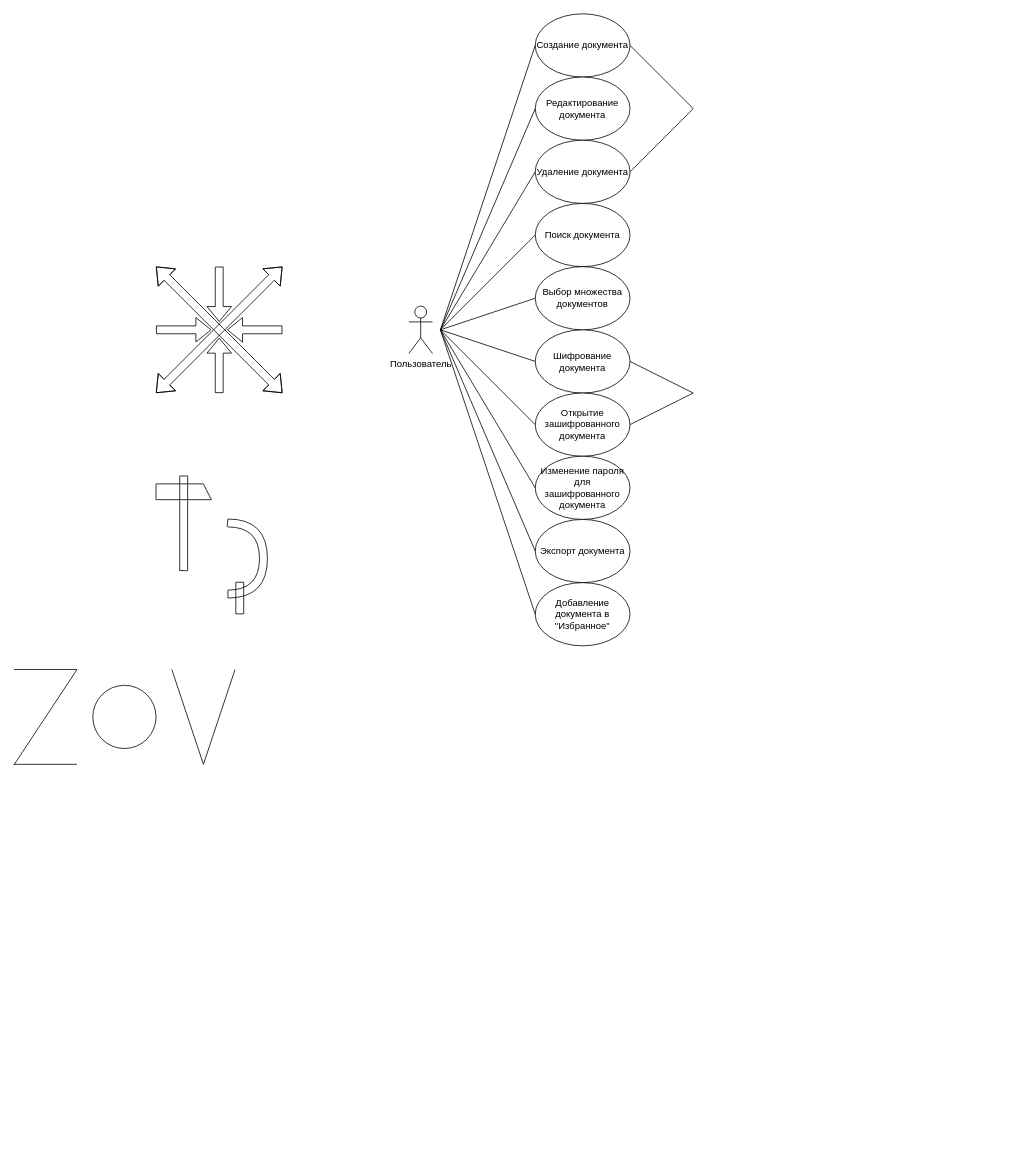
Silrec/TSiPPO keeps this draw.io diagram as lab_2.drawio. Above is the earlier version. Source tidied: cells renumbered, new cells numbered last; positions are measured from the earlier drawing's top-left corner, leaving out a move shared by most shapes. Both pictures are drawn from the tidied source at 79%, with x=0, y=0 at pixel (13, 13).
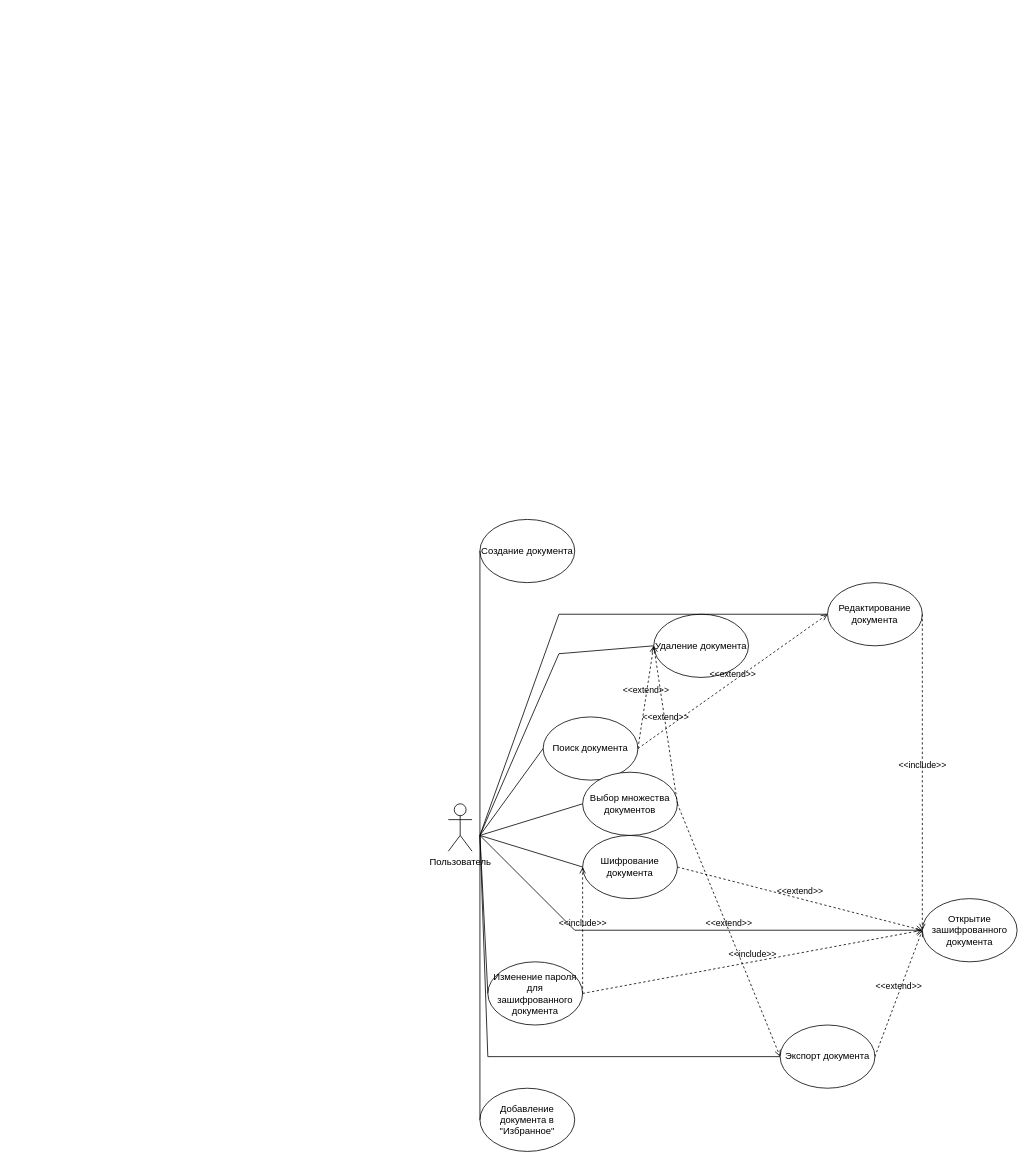
The same diagram, later.

Diff of the diagram source:
```diff
@@
     <mxCell id="2" value="Пользователь" style="shape=umlActor;verticalLabelPosition=bottom;verticalAlign=top;html=1;" parent="1" vertex="1">
-      <mxGeometry x="500" y="370" width="30" height="60" as="geometry" />
+      <mxGeometry x="550" y="1000" width="30" height="60" as="geometry" />
     </mxCell>
     <mxCell id="3" value="Создание документа" style="ellipse;whiteSpace=wrap;html=1;" parent="1" vertex="1">
-      <mxGeometry x="660" width="120" height="80" as="geometry" />
+      <mxGeometry x="590" y="640" width="120" height="80" as="geometry" />
     </mxCell>
     <mxCell id="4" value="Редактирование документа" style="ellipse;whiteSpace=wrap;html=1;" parent="1" vertex="1">
-      <mxGeometry x="660" y="80" width="120" height="80" as="geometry" />
+      <mxGeometry x="1030" y="720" width="120" height="80" as="geometry" />
     </mxCell>
     <mxCell id="5" value="Удаление документа" style="ellipse;whiteSpace=wrap;html=1;" parent="1" vertex="1">
-      <mxGeometry x="660" y="160" width="120" height="80" as="geometry" />
+      <mxGeometry x="810" y="760" width="120" height="80" as="geometry" />
     </mxCell>
     <mxCell id="6" value="Поиск документа" style="ellipse;whiteSpace=wrap;html=1;" parent="1" vertex="1">
-      <mxGeometry x="660" y="240" width="120" height="80" as="geometry" />
+      <mxGeometry x="670" y="890" width="120" height="80" as="geometry" />
     </mxCell>
     <mxCell id="7" value="Выбор множества документов" style="ellipse;whiteSpace=wrap;html=1;" parent="1" vertex="1">
-      <mxGeometry x="660" y="320" width="120" height="80" as="geometry" />
+      <mxGeometry x="720" y="960" width="120" height="80" as="geometry" />
     </mxCell>
     <mxCell id="8" value="Шифрование документа" style="ellipse;whiteSpace=wrap;html=1;" parent="1" vertex="1">
-      <mxGeometry x="660" y="400" width="120" height="80" as="geometry" />
+      <mxGeometry x="720" y="1040" width="120" height="80" as="geometry" />
     </mxCell>
     <mxCell id="9" value="Открытие зашифрованного документа" style="ellipse;whiteSpace=wrap;html=1;" parent="1" vertex="1">
-      <mxGeometry x="660" y="480" width="120" height="80" as="geometry" />
+      <mxGeometry x="1150" y="1120" width="120" height="80" as="geometry" />
     </mxCell>
     <mxCell id="10" value="Изменение пароля для зашифрованного документа" style="ellipse;whiteSpace=wrap;html=1;" parent="1" vertex="1">
-      <mxGeometry x="660" y="560" width="120" height="80" as="geometry" />
+      <mxGeometry x="600" y="1200" width="120" height="80" as="geometry" />
     </mxCell>
     <mxCell id="11" value="Экспорт документа" style="ellipse;whiteSpace=wrap;html=1;" parent="1" vertex="1">
-      <mxGeometry x="660" y="640" width="120" height="80" as="geometry" />
+      <mxGeometry x="970" y="1280" width="120" height="80" as="geometry" />
     </mxCell>
     <mxCell id="12" value="Добавление документа в &quot;Избранное&quot;" style="ellipse;whiteSpace=wrap;html=1;" parent="1" vertex="1">
-      <mxGeometry x="660" y="720" width="120" height="80" as="geometry" />
+      <mxGeometry x="590" y="1360" width="120" height="80" as="geometry" />
     </mxCell>
     <mxCell id="13" style="endArrow=none;html=1;rounded=0;entryX=0;entryY=0.5;entryDx=0;entryDy=0;" parent="1" edge="1" target="3">
       <mxGeometry relative="1" as="geometry">
-        <mxPoint x="540" y="400" as="sourcePoint" />
+        <mxPoint x="590" y="1040" as="sourcePoint" />
       </mxGeometry>
     </mxCell>
     <mxCell id="14" style="endArrow=none;html=1;rounded=0;entryX=0;entryY=0.5;entryDx=0;entryDy=0;" parent="1" edge="1" target="4">
       <mxGeometry relative="1" as="geometry">
-        <mxPoint x="540" y="400" as="sourcePoint" />
+        <mxPoint x="590" y="1040" as="sourcePoint" />
+        <Array as="points">
+          <mxPoint x="690" y="760" />
+        </Array>
       </mxGeometry>
     </mxCell>
     <mxCell id="15" style="endArrow=none;html=1;rounded=0;entryX=0;entryY=0.5;entryDx=0;entryDy=0;" parent="1" edge="1" target="5">
       <mxGeometry relative="1" as="geometry">
-        <mxPoint x="540" y="400" as="sourcePoint" />
+        <mxPoint x="590" y="1040" as="sourcePoint" />
+        <Array as="points">
+          <mxPoint x="690" y="810" />
+        </Array>
       </mxGeometry>
     </mxCell>
     <mxCell id="16" style="endArrow=none;html=1;rounded=0;entryX=0;entryY=0.5;entryDx=0;entryDy=0;" parent="1" edge="1" target="6">
       <mxGeometry relative="1" as="geometry">
-        <mxPoint x="540" y="400" as="sourcePoint" />
+        <mxPoint x="590" y="1040" as="sourcePoint" />
       </mxGeometry>
     </mxCell>
     <mxCell id="17" style="endArrow=none;html=1;rounded=0;entryX=0;entryY=0.5;entryDx=0;entryDy=0;" parent="1" edge="1" target="7">
       <mxGeometry relative="1" as="geometry">
-        <mxPoint x="540" y="400" as="sourcePoint" />
+        <mxPoint x="590" y="1040" as="sourcePoint" />
       </mxGeometry>
     </mxCell>
     <mxCell id="18" style="endArrow=none;html=1;rounded=0;entryX=0;entryY=0.5;entryDx=0;entryDy=0;" parent="1" edge="1" target="8">
       <mxGeometry relative="1" as="geometry">
-        <mxPoint x="540" y="400" as="sourcePoint" />
+        <mxPoint x="590" y="1040" as="sourcePoint" />
       </mxGeometry>
     </mxCell>
     <mxCell id="19" style="endArrow=none;html=1;rounded=0;entryX=0;entryY=0.5;entryDx=0;entryDy=0;" parent="1" edge="1" target="10">
       <mxGeometry relative="1" as="geometry">
-        <mxPoint x="540" y="400" as="sourcePoint" />
+        <mxPoint x="590" y="1040" as="sourcePoint" />
       </mxGeometry>
     </mxCell>
     <mxCell id="20" style="endArrow=none;html=1;rounded=0;entryX=0;entryY=0.5;entryDx=0;entryDy=0;" parent="1" edge="1" target="11">
       <mxGeometry relative="1" as="geometry">
-        <mxPoint x="540" y="400" as="sourcePoint" />
+        <mxPoint x="590" y="1040" as="sourcePoint" />
+        <Array as="points">
+          <mxPoint x="600" y="1320" />
+        </Array>
       </mxGeometry>
     </mxCell>
     <mxCell id="21" style="endArrow=none;html=1;rounded=0;entryX=0;entryY=0.5;entryDx=0;entryDy=0;" parent="1" edge="1" target="12">
       <mxGeometry relative="1" as="geometry">
-        <mxPoint x="540" y="400" as="sourcePoint" />
+        <mxPoint x="590" y="1040" as="sourcePoint" />
       </mxGeometry>
     </mxCell>
-    <mxCell id="22" style="endArrow=none;html=1;rounded=0;entryX=1;entryY=0.5;entryDx=0;entryDy=0;" parent="1" edge="1" target="3">
-      <mxGeometry relative="1" as="geometry">
-        <mxPoint x="780" y="200" as="sourcePoint" />
-        <Array as="points">
-          <mxPoint x="860" y="120" />
-        </Array>
-      </mxGeometry>
-    </mxCell>
     <mxCell id="23" style="endArrow=none;html=1;rounded=0;entryX=0;entryY=0.5;entryDx=0;entryDy=0;" parent="1" edge="1" target="9">
       <mxGeometry relative="1" as="geometry">
-        <mxPoint x="540" y="400" as="sourcePoint" />
+        <mxPoint x="590" y="1040" as="sourcePoint" />
+        <Array as="points">
+          <mxPoint x="710" y="1160" />
+        </Array>
       </mxGeometry>
     </mxCell>
-    <mxCell id="24" style="shape=flexArrow;endArrow=classic;startArrow=classic;html=1;rounded=0;" parent="1" edge="1">
-      <mxGeometry relative="1" as="geometry">
-        <mxPoint x="180" y="480" as="sourcePoint" />
-        <mxPoint x="180" y="320" as="targetPoint" />
-        <Array as="points">
-          <mxPoint x="260" y="400" />
-        </Array>
-      </mxGeometry>
-    </mxCell>
-    <mxCell id="25" style="shape=flexArrow;endArrow=classic;startArrow=classic;html=1;rounded=0;" parent="1" edge="1">
-      <mxGeometry relative="1" as="geometry">
-        <mxPoint x="340" y="480" as="sourcePoint" />
-        <mxPoint x="340" y="320" as="targetPoint" />
-        <Array as="points">
-          <mxPoint x="260" y="400" />
-        </Array>
-      </mxGeometry>
-    </mxCell>
-    <mxCell id="26" style="shape=flexArrow;endArrow=classic;html=1;rounded=0;convertToSvg=1;" parent="1" edge="1">
-      <mxGeometry relative="1" as="geometry">
-        <mxPoint x="340" y="400" as="sourcePoint" />
-        <mxPoint x="270" y="400" as="targetPoint" />
-      </mxGeometry>
-    </mxCell>
-    <mxCell id="27" style="shape=flexArrow;endArrow=classic;html=1;rounded=0;" parent="1" edge="1">
-      <mxGeometry relative="1" as="geometry">
-        <mxPoint x="180" y="400" as="sourcePoint" />
-        <mxPoint x="250" y="400" as="targetPoint" />
-      </mxGeometry>
-    </mxCell>
-    <mxCell id="28" style="shape=flexArrow;endArrow=classic;html=1;rounded=0;" parent="1" edge="1">
-      <mxGeometry relative="1" as="geometry">
-        <mxPoint x="260" y="320" as="sourcePoint" />
-        <mxPoint x="260" y="390" as="targetPoint" />
-      </mxGeometry>
-    </mxCell>
-    <mxCell id="29" style="shape=flexArrow;endArrow=classic;html=1;rounded=0;" parent="1" edge="1">
-      <mxGeometry relative="1" as="geometry">
-        <mxPoint x="260" y="480" as="sourcePoint" />
-        <mxPoint x="260" y="410" as="targetPoint" />
-      </mxGeometry>
-    </mxCell>
-    <mxCell id="30" style="endArrow=none;html=1;rounded=0;" parent="1" edge="1">
-      <mxGeometry relative="1" as="geometry">
-        <mxPoint x="210" y="705" as="sourcePoint" />
-        <mxPoint x="210" y="585" as="targetPoint" />
-      </mxGeometry>
-    </mxCell>
-    <mxCell id="31" style="endArrow=none;html=1;rounded=0;" parent="1" edge="1">
-      <mxGeometry relative="1" as="geometry">
-        <mxPoint x="220" y="705" as="sourcePoint" />
-        <mxPoint x="220" y="585" as="targetPoint" />
-      </mxGeometry>
-    </mxCell>
-    <mxCell id="32" style="endArrow=none;html=1;rounded=0;" parent="1" edge="1">
-      <mxGeometry relative="1" as="geometry">
-        <mxPoint x="210" y="704.5" as="sourcePoint" />
-        <mxPoint x="220" y="704.5" as="targetPoint" />
-        <Array as="points">
-          <mxPoint x="219" y="705" />
-        </Array>
-      </mxGeometry>
-    </mxCell>
-    <mxCell id="33" style="endArrow=none;html=1;rounded=0;" parent="1" edge="1">
-      <mxGeometry relative="1" as="geometry">
-        <mxPoint x="210" y="585" as="sourcePoint" />
-        <mxPoint x="220" y="585" as="targetPoint" />
-      </mxGeometry>
-    </mxCell>
-    <mxCell id="34" style="endArrow=none;html=1;rounded=0;" parent="1" edge="1">
-      <mxGeometry relative="1" as="geometry">
-        <mxPoint x="180" y="595" as="sourcePoint" />
-        <mxPoint x="240" y="595" as="targetPoint" />
-      </mxGeometry>
-    </mxCell>
-    <mxCell id="35" style="endArrow=none;html=1;rounded=0;" parent="1" edge="1">
-      <mxGeometry relative="1" as="geometry">
-        <mxPoint x="180" y="615" as="sourcePoint" />
-        <mxPoint x="250" y="615" as="targetPoint" />
-      </mxGeometry>
-    </mxCell>
-    <mxCell id="36" style="endArrow=none;html=1;rounded=0;" parent="1" edge="1">
-      <mxGeometry relative="1" as="geometry">
-        <mxPoint x="180" y="615" as="sourcePoint" />
-        <mxPoint x="180" y="595" as="targetPoint" />
-      </mxGeometry>
-    </mxCell>
-    <mxCell id="37" style="endArrow=none;html=1;rounded=0;" parent="1" edge="1">
-      <mxGeometry relative="1" as="geometry">
-        <mxPoint x="250" y="615" as="sourcePoint" />
-        <mxPoint x="240" y="595" as="targetPoint" />
-      </mxGeometry>
-    </mxCell>
-    <mxCell id="38" style="endArrow=none;html=1;rounded=0;" parent="1" edge="1">
-      <mxGeometry relative="1" as="geometry">
-        <mxPoint x="281" y="759.5" as="sourcePoint" />
-        <mxPoint x="281" y="719.5" as="targetPoint" />
-      </mxGeometry>
-    </mxCell>
-    <mxCell id="39" style="endArrow=none;html=1;rounded=0;" parent="1" edge="1">
-      <mxGeometry relative="1" as="geometry">
-        <mxPoint x="291" y="759.5" as="sourcePoint" />
-        <mxPoint x="291" y="719.5" as="targetPoint" />
-      </mxGeometry>
-    </mxCell>
-    <mxCell id="40" style="endArrow=none;html=1;rounded=0;" parent="1" edge="1">
-      <mxGeometry relative="1" as="geometry">
-        <mxPoint x="281" y="759.5" as="sourcePoint" />
-        <mxPoint x="291" y="759.5" as="targetPoint" />
-      </mxGeometry>
-    </mxCell>
-    <mxCell id="41" style="endArrow=none;html=1;rounded=0;" parent="1" edge="1">
-      <mxGeometry relative="1" as="geometry">
-        <mxPoint x="281" y="719.5" as="sourcePoint" />
-        <mxPoint x="291" y="719.5" as="targetPoint" />
-      </mxGeometry>
-    </mxCell>
-    <mxCell id="42" style="shape=requiredInterface;html=1;verticalLabelPosition=bottom;sketch=0;" parent="1" vertex="1">
-      <mxGeometry x="271" y="639.5" width="50" height="100" as="geometry" />
-    </mxCell>
-    <mxCell id="43" style="shape=requiredInterface;html=1;verticalLabelPosition=bottom;sketch=0;" parent="1" vertex="1">
-      <mxGeometry x="271" y="649.5" width="40" height="80" as="geometry" />
-    </mxCell>
-    <mxCell id="44" style="endArrow=none;html=1;rounded=0;" parent="1" edge="1">
-      <mxGeometry relative="1" as="geometry">
-        <mxPoint x="270" y="649.5" as="sourcePoint" />
-        <mxPoint x="271" y="639.5" as="targetPoint" />
-      </mxGeometry>
-    </mxCell>
-    <mxCell id="45" style="endArrow=none;html=1;rounded=0;" parent="1" edge="1">
-      <mxGeometry relative="1" as="geometry">
-        <mxPoint x="271" y="739.5" as="sourcePoint" />
-        <mxPoint x="271" y="729.5" as="targetPoint" />
-      </mxGeometry>
-    </mxCell>
-    <mxCell id="46" style="endArrow=none;html=1;rounded=0;entryX=1;entryY=0.5;entryDx=0;entryDy=0;" parent="1" edge="1" target="8">
-      <mxGeometry relative="1" as="geometry">
-        <mxPoint x="780" y="520" as="sourcePoint" />
-        <Array as="points">
-          <mxPoint x="860" y="480" />
-        </Array>
-      </mxGeometry>
-    </mxCell>
-    <mxCell id="47" style="endArrow=none;html=1;rounded=0;" parent="1" edge="1">
-      <mxGeometry relative="1" as="geometry">
-        <mxPoint y="830" as="sourcePoint" />
-        <mxPoint y="951" as="targetPoint" />
-        <Array as="points">
-          <mxPoint x="80" y="830" />
-        </Array>
-      </mxGeometry>
-    </mxCell>
-    <mxCell id="48" style="endArrow=none;html=1;rounded=0;" parent="1" edge="1">
-      <mxGeometry relative="1" as="geometry">
-        <mxPoint y="950" as="sourcePoint" />
-        <mxPoint x="80" y="950" as="targetPoint" />
-      </mxGeometry>
-    </mxCell>
-    <mxCell id="49" style="endArrow=none;html=1;rounded=0;" parent="1" edge="1">
-      <mxGeometry relative="1" as="geometry">
-        <mxPoint x="200" y="830" as="sourcePoint" />
-        <mxPoint x="280" y="830" as="targetPoint" />
-        <Array as="points">
-          <mxPoint x="240" y="950" />
-        </Array>
-      </mxGeometry>
-    </mxCell>
-    <mxCell id="50" style="ellipse;whiteSpace=wrap;html=1;" parent="1" vertex="1">
-      <mxGeometry x="100" y="850" width="80" height="80" as="geometry" />
-    </mxCell>
+    <mxCell id="51" value="&amp;lt;&amp;lt;extend&amp;gt;&amp;gt;" style="html=1;verticalAlign=bottom;labelBackgroundColor=none;endArrow=open;endFill=0;dashed=1;rounded=0;exitX=1;exitY=0.5;exitDx=0;exitDy=0;entryX=0;entryY=0.5;entryDx=0;entryDy=0;" parent="1" edge="1" source="6" target="5">
+      <mxGeometry relative="1" as="geometry" />
+    </mxCell>
+    <mxCell id="52" value="&amp;lt;&amp;lt;extend&amp;gt;&amp;gt;" style="html=1;verticalAlign=bottom;labelBackgroundColor=none;endArrow=open;endFill=0;dashed=1;rounded=0;entryX=0;entryY=0.5;entryDx=0;entryDy=0;exitX=1;exitY=0.5;exitDx=0;exitDy=0;" parent="1" edge="1" source="7" target="5">
+      <mxGeometry relative="1" as="geometry" />
+    </mxCell>
+    <mxCell id="53" value="&amp;lt;&amp;lt;include&amp;gt;&amp;gt;" style="html=1;verticalAlign=bottom;labelBackgroundColor=none;endArrow=open;endFill=0;dashed=1;rounded=0;exitX=1;exitY=0.5;exitDx=0;exitDy=0;entryX=0;entryY=0.5;entryDx=0;entryDy=0;" parent="1" edge="1" source="4" target="9">
+      <mxGeometry relative="1" as="geometry" />
+    </mxCell>
+    <mxCell id="54" value="&amp;lt;&amp;lt;include&amp;gt;&amp;gt;" style="html=1;verticalAlign=bottom;labelBackgroundColor=none;endArrow=open;endFill=0;dashed=1;rounded=0;exitX=1;exitY=0.5;exitDx=0;exitDy=0;entryX=0;entryY=0.5;entryDx=0;entryDy=0;" parent="1" edge="1" source="10" target="8">
+      <mxGeometry relative="1" as="geometry" />
+    </mxCell>
+    <mxCell id="55" value="&amp;lt;&amp;lt;include&amp;gt;&amp;gt;" style="html=1;verticalAlign=bottom;labelBackgroundColor=none;endArrow=open;endFill=0;dashed=1;rounded=0;exitX=1;exitY=0.5;exitDx=0;exitDy=0;entryX=0;entryY=0.5;entryDx=0;entryDy=0;" parent="1" edge="1" source="10" target="9">
+      <mxGeometry relative="1" as="geometry" />
+    </mxCell>
+    <mxCell id="56" value="&amp;lt;&amp;lt;extend&amp;gt;&amp;gt;" style="html=1;verticalAlign=bottom;labelBackgroundColor=none;endArrow=open;endFill=0;dashed=1;rounded=0;exitX=1;exitY=0.5;exitDx=0;exitDy=0;entryX=0;entryY=0.5;entryDx=0;entryDy=0;" parent="1" edge="1" source="6" target="4">
+      <mxGeometry relative="1" as="geometry" />
+    </mxCell>
+    <mxCell id="57" value="&amp;lt;&amp;lt;extend&amp;gt;&amp;gt;" style="html=1;verticalAlign=bottom;labelBackgroundColor=none;endArrow=open;endFill=0;dashed=1;rounded=0;exitX=1;exitY=0.5;exitDx=0;exitDy=0;entryX=0;entryY=0.5;entryDx=0;entryDy=0;" parent="1" edge="1" source="8" target="9">
+      <mxGeometry relative="1" as="geometry" />
+    </mxCell>
+    <mxCell id="58" value="&amp;lt;&amp;lt;extend&amp;gt;&amp;gt;" style="html=1;verticalAlign=bottom;labelBackgroundColor=none;endArrow=open;endFill=0;dashed=1;rounded=0;exitX=1;exitY=0.5;exitDx=0;exitDy=0;entryX=0;entryY=0.5;entryDx=0;entryDy=0;" parent="1" edge="1" source="11" target="9">
+      <mxGeometry relative="1" as="geometry" />
+    </mxCell>
+    <mxCell id="59" value="&amp;lt;&amp;lt;extend&amp;gt;&amp;gt;" style="html=1;verticalAlign=bottom;labelBackgroundColor=none;endArrow=open;endFill=0;dashed=1;rounded=0;exitX=1;exitY=0.5;exitDx=0;exitDy=0;entryX=0;entryY=0.5;entryDx=0;entryDy=0;" parent="1" edge="1" source="7" target="11">
+      <mxGeometry relative="1" as="geometry" />
+    </mxCell>
```
